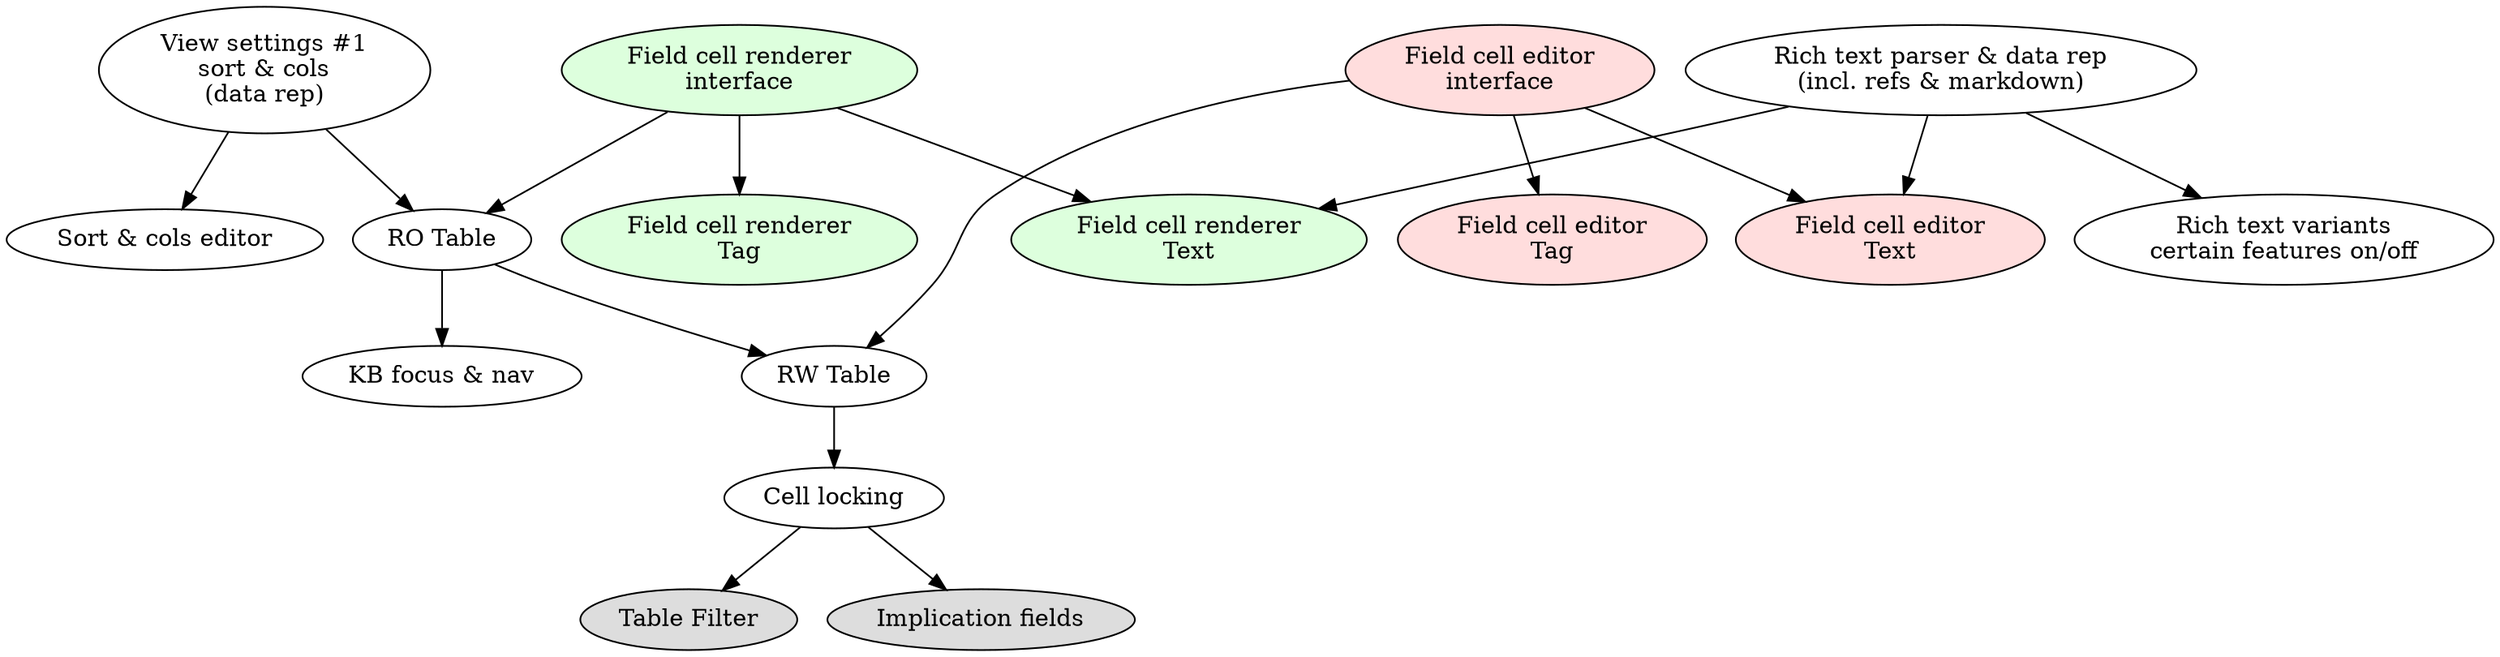
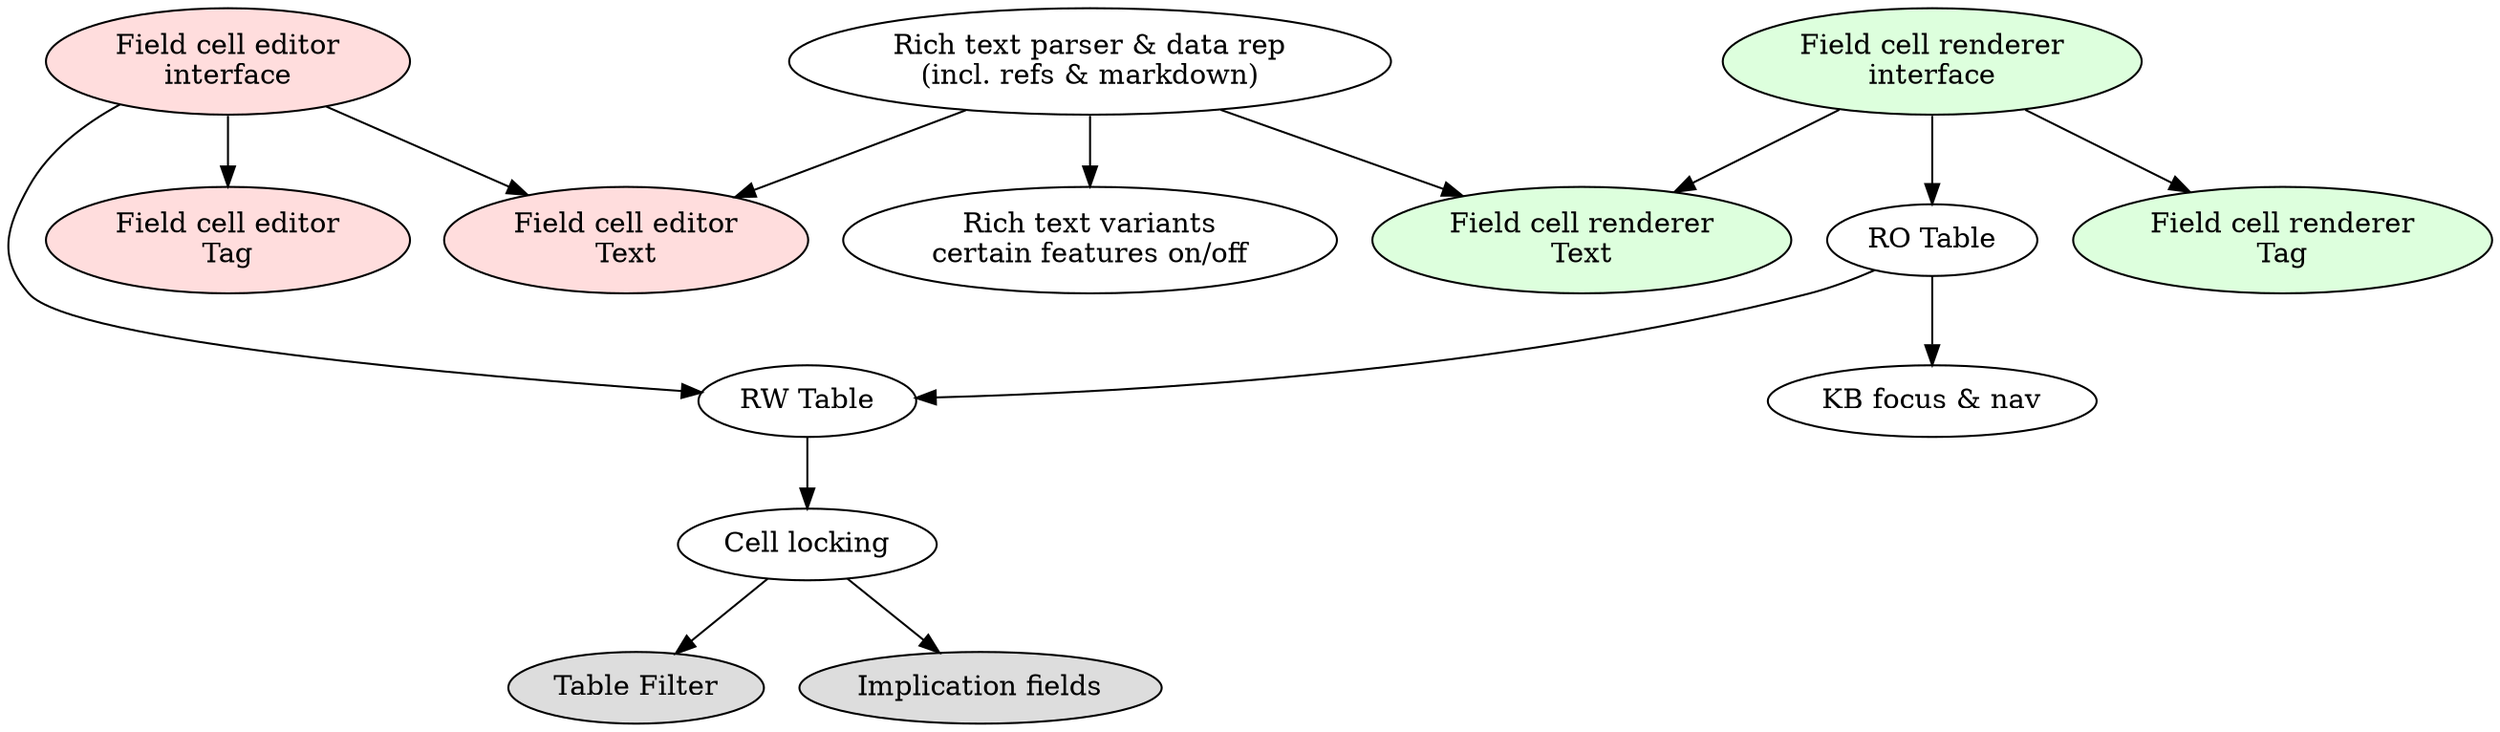
digraph G {
-   vs1 [label="View settings #1\nsort & cols\n(data rep)"]
-   sortColsEd [label="Sort & cols editor"]
  ro [label="RO Table"]
  kb [label="KB focus & nav"]
  txt [label="Rich text parser & data rep\n(incl. refs & markdown)"]
  txtPoly [label="Rich text variants\ncertain features on/off"]
  cellLock [label="Cell locking"]
  rw [label="RW Table"]

  // Later
  node [style=filled,fillcolor="#dddddd"]
  filter [label="Table Filter"]
  impfields [label="Implication fields"]
  cellLock -> {filter,impfields}

  node [style=filled,fillcolor="#ddffdd"]
  fieldCellRI    [label="Field cell renderer\ninterface"]
  fieldCellRText [label="Field cell renderer\nText"]
  fieldCellRTag  [label="Field cell renderer\nTag"]
  fieldCellRI -> {fieldCellRTag,fieldCellRText}
  fieldCellRI -> ro
  txt -> fieldCellRText

  node [style=filled,fillcolor="#ffdddd"]
  fieldCellEI    [label="Field cell editor\ninterface"]
  fieldCellEText [label="Field cell editor\nText"]
  fieldCellETag  [label="Field cell editor\nTag"]
  fieldCellEI -> {fieldCellETag,fieldCellEText}
  fieldCellEI -> rw
  txt -> fieldCellEText

  node [style=filled,fillcolor="#000000"]
-   vs1 -> {sortColsEd,ro}
  ro -> kb
  txt -> txtPoly
  ro -> rw -> cellLock
}
